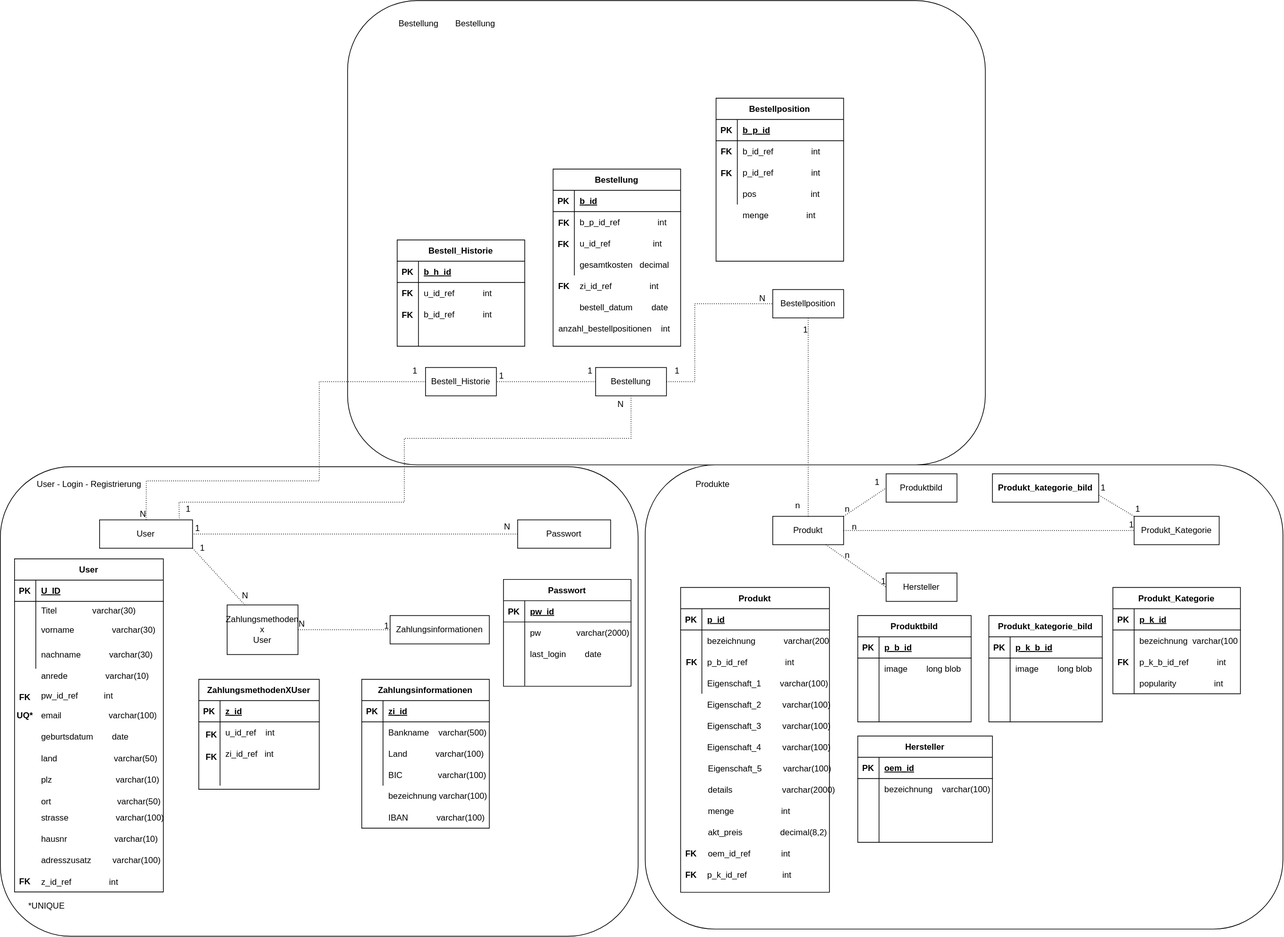
This is sql/ER-Modell.drawio.svg from Projektarbeiten/ProjectPlatypus, a draw.io export, as it was before one commit. Source tidied: cells renumbered, new cells last; positions are measured from the earlier drawing's top-left corner, leaving out a move shared by most shapes.
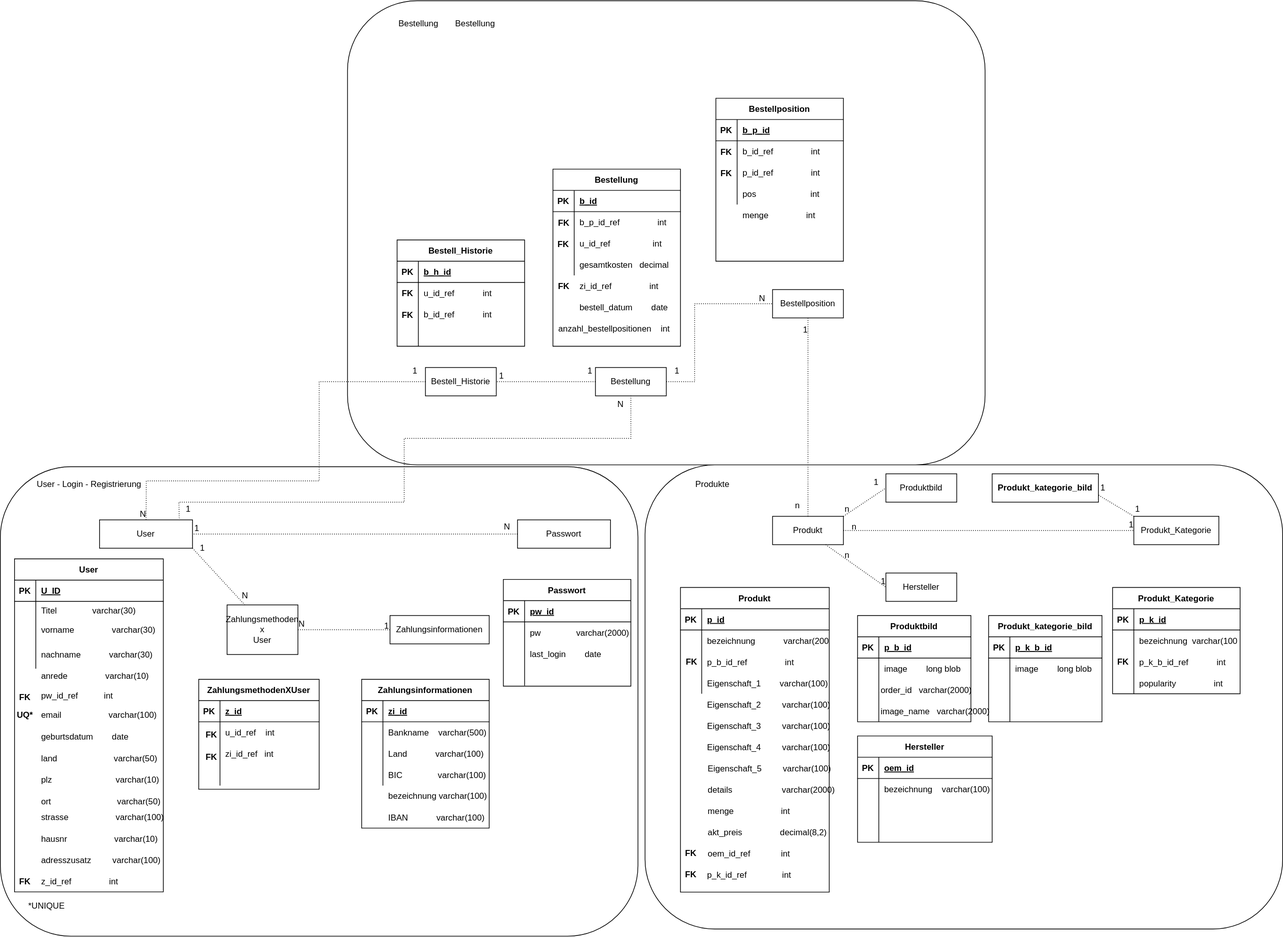
Later version of the same file.

Diff of the diagram source:
```diff
@@ -815,5 +815,11 @@
     <mxCell id="259" value="IBAN            varchar(100)" style="shape=partialRectangle;fillColor=none;top=0;left=0;bottom=0;right=0;align=left;spacingLeft=6;overflow=hidden;" parent="257" vertex="1">
       <mxGeometry x="30" width="150" height="30" as="geometry" />
     </mxCell>
+    <mxCell id="260" value="order_id   varchar(2000)" style="shape=partialRectangle;fillColor=none;top=0;left=0;bottom=0;right=0;align=left;spacingLeft=6;overflow=hidden;" parent="1" vertex="1">
+      <mxGeometry x="1235" y="958" width="135" height="30" as="geometry" />
+    </mxCell>
+    <mxCell id="261" value="image_name   varchar(2000)" style="shape=partialRectangle;fillColor=none;top=0;left=0;bottom=0;right=0;align=left;spacingLeft=6;overflow=hidden;" parent="1" vertex="1">
+      <mxGeometry x="1235" y="988" width="165" height="30" as="geometry" />
+    </mxCell>
   </root>
 </mxGraphModel>
```
